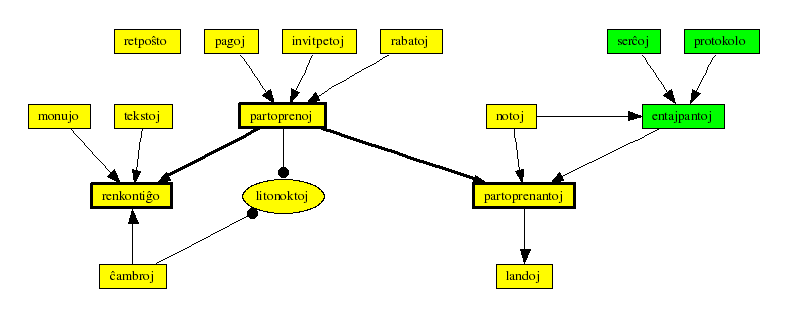
Before: doku/datumbazstrukturo.png, a diagram exported from Graphviz (ePaul/aligilo). Its source is kept beside it as doku/datumbazstrukturo.dot.
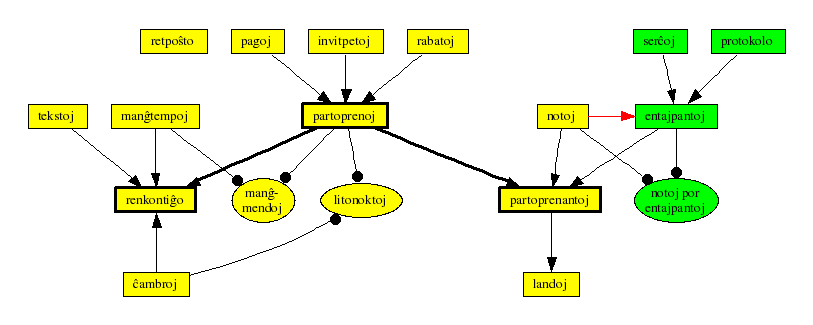
Above is the later version.

Change to the diagram source:
```diff
@@ -2,10 +2,19 @@
  * datumbaz-strukturo por la aligilo.
  *
  * Uzenda per dot (ne neato, fdp, ktp.)
+ *
+ * @author Paul Ebermann
+ * @version $Id$
+ * @package aligilo
+ * @subpackage doku
  */
 
 digraph G {
 
+
+/* Hmm, mi ne scias, cxu tio rezultas en io, sed ni ja povas provi ... */
+comment=" Autoro: Paul Ebermann, \
+Versio: $Id$ ";
 
 
 
@@ -32,12 +41,17 @@
 
         node [style=filled];
 
+
+
         subgraph cluster_partoprenoj {
                 partoprenoj;
                 rabatoj;
                 invitpetoj;
                 pagoj;
                 litonoktoj[shape=ellipse];
+                manĝomendoj[shape=ellipse, label="manĝ-\nmendoj",
+                               margin="0.05,0.02"];
+
         }
         subgraph cluster_partoprenantoj {
                 partoprenantoj;
@@ -47,19 +61,18 @@
 
         subgraph cluster_renkontigxo {
                 tekstoj;
-                monujo;
+/*                monujo; */
                 renkontiĝo;
                 ĉambroj;
-                /*
-                {rank=same;
-                        renkontiĝo
-                       ĉambroj;}
-                        */
+                manĝtempoj;
+
         }
 
-        monujo -> renkontiĝo [weight=3];
+/*        monujo -> renkontiĝo [weight=3]; */
         tekstoj -> renkontiĝo [weight=3];
-         renkontiĝo -> ĉambroj  [weight=3, dir=back];
+        renkontiĝo -> ĉambroj  [weight=3, dir=back];
+        manĝtempoj -> renkontiĝo ;
+
 
         partoprenoj -> partoprenantoj [weight=2, style=bold];
         partoprenoj-> renkontiĝo  [weight=2, style=bold];
@@ -79,23 +92,40 @@
 
 ĉambroj -> litonoktoj [];
 partoprenoj -> litonoktoj;
+
 }
 
+{
+edge[arrowhead=dot, weight=2];
 
+partoprenoj -> manĝomendoj;
+manĝtempoj -> manĝomendoj;
+}
 
 
 subgraph cluster_entajpantoj {
         node [fillcolor=green];
         entajpantoj;
         protokolo;
+        notoj_por_entajpantoj [shape=ellipse, label="notoj por\nentajpantoj",
+                               margin="0.05,0.02"];
+
         serĉoj -> entajpantoj;
         protokolo -> entajpantoj;
-
 }
 /* kotizosistemoj -> entajpantoj; */
 
+
+{
+edge[arrowhead=dot, weight=2];
+
+entajpantoj -> notoj_por_entajpantoj;
+notoj -> notoj_por_entajpantoj;
+}
+
+
 edge [ constraint=false];
-notoj->entajpantoj;
+notoj->entajpantoj [color=red];
 
 
 entajpantoj->partoprenantoj;
```
